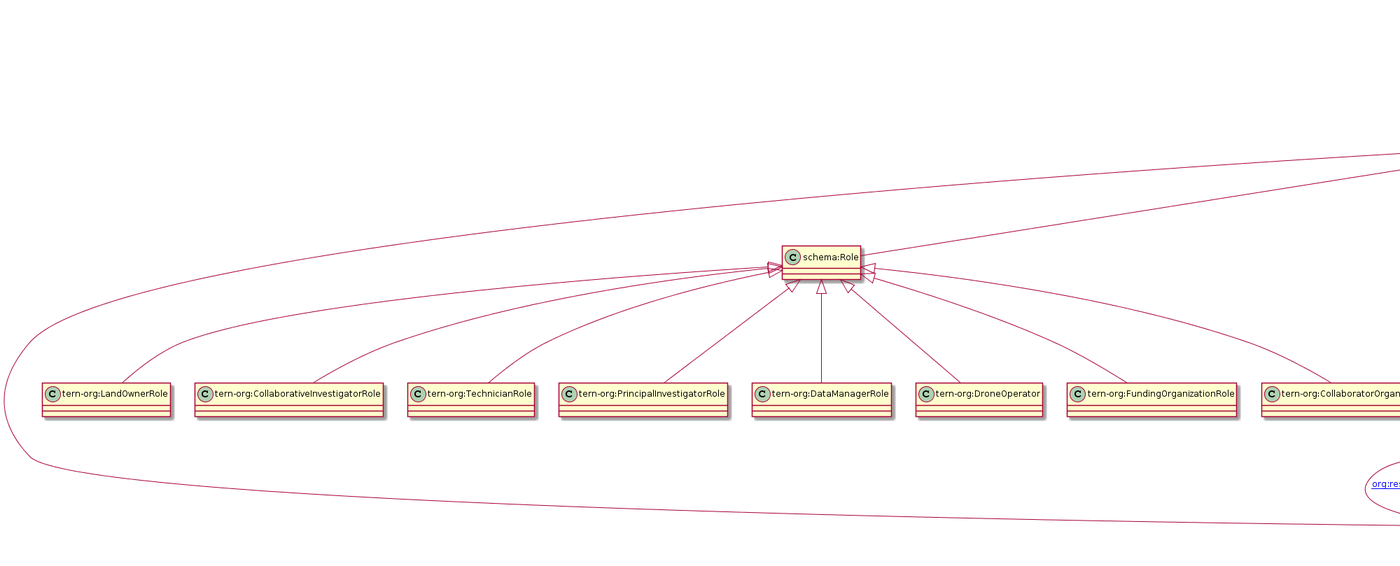
ternaustralia/ontology_tern-org keeps this PlantUML diagram as docs/tern-org.ttl.txt.png. Above is the earlier version.
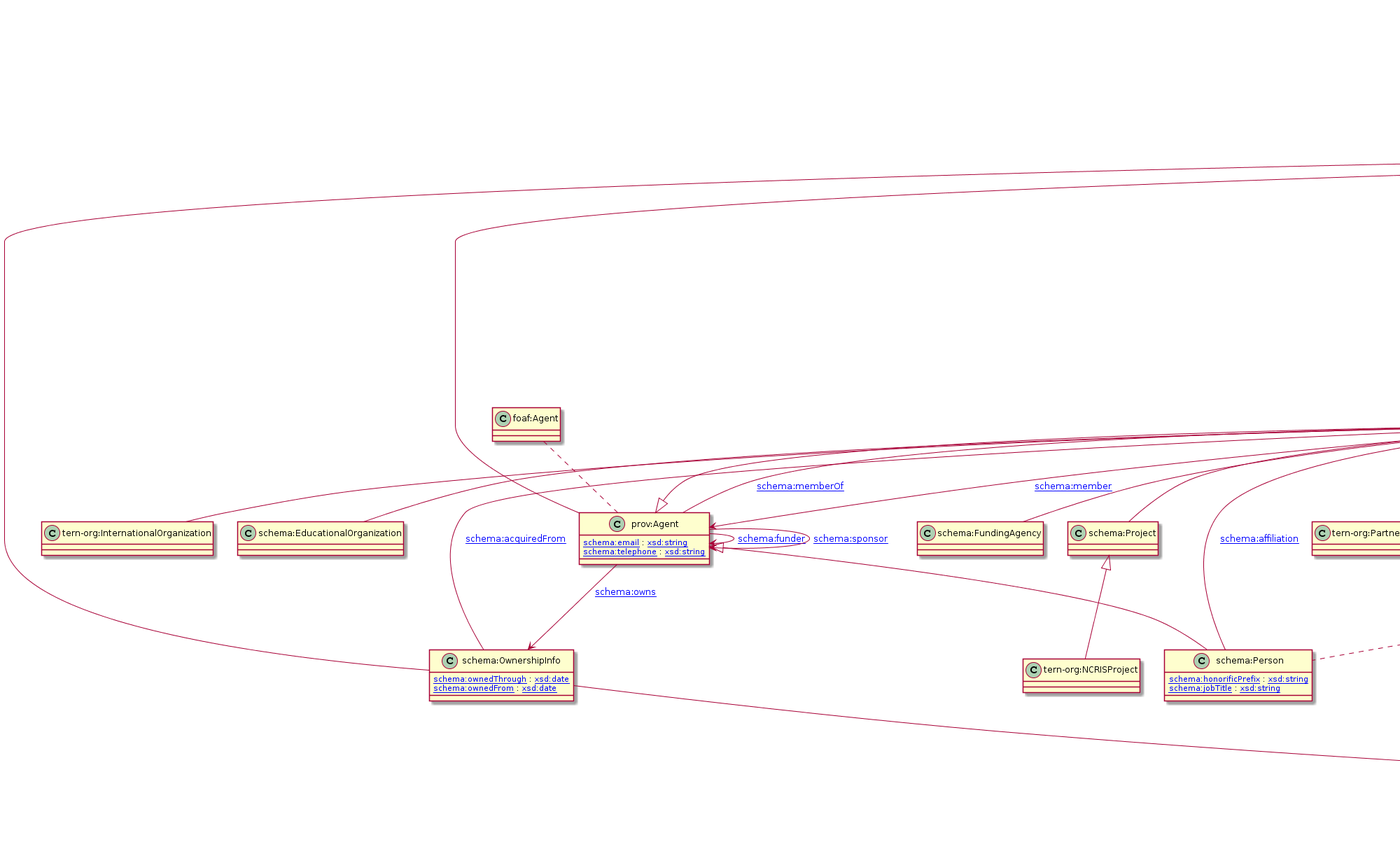
After the change.

Commit message:
Added more things from schema.org. Bump to 0.0.12

Change to the diagram source:
```diff
@@ -1,156 +1,159 @@
 @startuml
 title TERN Organisations Ontology
+"schema:Organization" <|-- "schema:FundingScheme"
+"schema:Thing" <|-- "schema:OwnershipInfo"
+"schema:Organization" <|-- "tern-org:InternationalOrganization"
+"schema:Organization" <|-- "schema:EducationalOrganization"
+"schema:Thing" <|-- "schema:Product"
+"schema:Organization" <|-- "schema:FundingAgency"
+"schema:Organization" <|-- "schema:GovernmentOrganization"
+"schema:Organization" <|-- "tern-org:PartnerOrganization"
+"schema:Organization" <|-- "schema:Consortium"
+"schema:Thing" <|-- "schema:PostalAddress"
+"schema:Organization" <|-- "schema:Corporation"
+"schema:Role" <|-- "tern-org:PrincipalInvestigatorRole"
+"schema:GovernmentOrganization" <|-- "tern-org:StateGovernmentOrganization"
+"schema:Thing" <|-- "schema:Event"
+"schema:Role" <|-- "tern-org:DroneOperator"
+"schema:Organization" <|-- "schema:LocalBusiness"
+"schema:Role" <|-- "tern-org:DataManagerRole"
+"schema:GovernmentOrganization" <|-- "tern-org:FederalGovernmentOrganization"
+"schema:Organization" <|-- "schema:MedicalOrganization"
+"schema:Organization" <|-- "schema:NGO"
+"owl:Thing" <|-- "schema:Thing"
+"schema:Project" <|-- "tern-org:NCRISProject"
+"schema:Organization" <|-- "schema:Project"
+"schema:Thing" <|-- "prov:Agent"
+"prov:Agent" <|-- "schema:Organization"
+"schema:Organization" <|-- "tern-org:Manufacturer"
+"schema:Thing" <|-- "schema:Role"
+"schema:Role" <|-- "tern-org:LandOwnerRole"
+"prov:Agent" <|-- "schema:Person"
+"schema:Role" <|-- "tern-org:TechnicianRole"
+"schema:Role" <|-- "tern-org:CollaboratorOrganizationRole"
+"schema:Role" <|-- "tern-org:CollaborativeInvestigatorRole"
+"schema:Role" <|-- "tern-org:FundingOrganizationRole"
 "schema:GovernmentOrganization" <|-- "tern-org:RegionalGovernmentOrganization"
-"schema:Thing" <|-- "schema:Product"
-"schema:Role" <|-- "tern-org:CollaborativeInvestigatorRole"
-"schema:Organization" <|-- "tern-org:PartnerOrganization"
-"schema:Organization" <|-- "schema:EducationalOrganization"
-"schema:Role" <|-- "tern-org:TechnicianRole"
-"schema:Project" <|-- "tern-org:NCRISProject"
-"schema:Organization" <|-- "schema:MedicalOrganization"
-"schema:Role" <|-- "tern-org:PrincipalInvestigatorRole"
-"schema:Role" <|-- "tern-org:DataManagerRole"
-"schema:Thing" <|-- "schema:Role"
-"prov:Agent" <|-- "schema:Person"
-"schema:Organization" <|-- "tern-org:InternationalOrganization"
-"schema:Thing" <|-- "schema:OwnershipInfo"
-"prov:Agent" <|-- "schema:Organization"
-"schema:Role" <|-- "tern-org:DroneOperator"
-"schema:Organization" <|-- "schema:FundingAgency"
-"owl:Thing" <|-- "schema:Thing"
-"schema:Organization" <|-- "schema:LocalBusiness"
-"schema:Organization" <|-- "schema:Consortium"
-"schema:GovernmentOrganization" <|-- "tern-org:StateGovernmentOrganization"
-"schema:Role" <|-- "tern-org:FundingOrganizationRole"
-"schema:GovernmentOrganization" <|-- "tern-org:FederalGovernmentOrganization"
-"schema:Organization" <|-- "schema:Corporation"
-"schema:Organization" <|-- "schema:GovernmentOrganization"
-"schema:Organization" <|-- "schema:NGO"
+"schema:Thing" <|-- "org:Site"
 "schema:Thing" <|-- "org:ChangeEvent"
-"schema:Thing" <|-- "schema:PostalAddress"
-"schema:Thing" <|-- "prov:Agent"
-"schema:Role" <|-- "tern-org:CollaboratorOrganizationRole"
-"schema:Organization" <|-- "schema:Project"
-"schema:Thing" <|-- "org:Site"
-"schema:Organization" <|-- "tern-org:Manufacturer"
-"schema:Role" <|-- "tern-org:LandOwnerRole"
-"schema:Organization" <|-- "schema:FundingScheme"
-Class "tern-org:RegionalGovernmentOrganization" [[https://w3id.org/tern/ontologies/org/RegionalGovernmentOrganization]] {
+Class "schema:FundingScheme" [[http://schema.org/FundingScheme]] {
+}
+Class "schema:OwnershipInfo" [[http://schema.org/OwnershipInfo]] {
+[[http://schema.org/ownedThrough schema:ownedThrough]] : [[http://www.w3.org/2001/XMLSchema#date xsd:date]]
+[[http://schema.org/ownedFrom schema:ownedFrom]] : [[http://www.w3.org/2001/XMLSchema#date xsd:date]]
+}
+Class "tern-org:InternationalOrganization" [[https://w3id.org/tern/ontologies/org/InternationalOrganization]] {
+}
+Class "schema:EducationalOrganization" [[http://schema.org/EducationalOrganization]] {
 }
 Class "schema:Product" [[http://schema.org/Product]] {
 }
-Class "tern-org:CollaborativeInvestigatorRole" [[https://w3id.org/tern/ontologies/org/CollaborativeInvestigatorRole]] {
+Class "schema:FundingAgency" [[http://schema.org/FundingAgency]] {
+}
+Class "schema:GovernmentOrganization" [[http://schema.org/GovernmentOrganization]] {
 }
 Class "tern-org:PartnerOrganization" [[https://w3id.org/tern/ontologies/org/PartnerOrganization]] {
 }
-Class "schema:EducationalOrganization" [[http://schema.org/EducationalOrganization]] {
+Class "schema:Consortium" [[http://schema.org/Consortium]] {
 }
-Class "tern-org:TechnicianRole" [[https://w3id.org/tern/ontologies/org/TechnicianRole]] {
+Class "schema:PostalAddress" [[http://schema.org/PostalAddress]] {
+[[http://schema.org/addressRegion schema:addressRegion]] : [[http://www.w3.org/2001/XMLSchema#string xsd:string]]
+[[http://schema.org/addressLocality schema:addressLocality]] : [[http://www.w3.org/2001/XMLSchema#string xsd:string]]
+[[http://schema.org/postOfficeBoxNumber schema:postOfficeBoxNumber]] : [[http://www.w3.org/2001/XMLSchema#string xsd:string]]
+[[https://w3id.org/tern/ontologies/org/addressLine1 tern-org:addressLine1]] : [[http://www.w3.org/2001/XMLSchema#string xsd:string]]
+[[https://w3id.org/tern/ontologies/org/addressLine2 tern-org:addressLine2]] : [[http://www.w3.org/2001/XMLSchema#string xsd:string]]
+[[http://schema.org/streetAddress schema:streetAddress]] : [[http://www.w3.org/2001/XMLSchema#string xsd:string]]
+[[https://w3id.org/tern/ontologies/org/fullAddressLine tern-org:fullAddressLine]] : [[http://www.w3.org/2001/XMLSchema#string xsd:string]]
+[[http://schema.org/postalCode schema:postalCode]] : [[http://www.w3.org/2001/XMLSchema#positiveInteger xsd:positiveInteger]]
+[[http://schema.org/addressCountry schema:addressCountry]] : [[http://www.w3.org/2001/XMLSchema#string xsd:string]]
+}
+Class "schema:Corporation" [[http://schema.org/Corporation]] {
+}
+Class "tern-org:PrincipalInvestigatorRole" [[https://w3id.org/tern/ontologies/org/PrincipalInvestigatorRole]] {
+}
+Class "tern-org:StateGovernmentOrganization" [[https://w3id.org/tern/ontologies/org/StateGovernmentOrganization]] {
+}
+Class "schema:Event" [[http://schema.org/Event]] {
+}
+Class "tern-org:DroneOperator" [[https://w3id.org/tern/ontologies/org/DroneOperator]] {
+}
+Class "schema:LocalBusiness" [[http://schema.org/LocalBusiness]] {
+}
+Class "tern-org:DataManagerRole" [[https://w3id.org/tern/ontologies/org/DataManagerRole]] {
+}
+Class "tern-org:FederalGovernmentOrganization" [[https://w3id.org/tern/ontologies/org/FederalGovernmentOrganization]] {
+}
+Class "schema:MedicalOrganization" [[http://schema.org/MedicalOrganization]] {
+}
+Class "schema:NGO" [[http://schema.org/NGO]] {
+}
+Class "schema:Thing" [[http://schema.org/Thing]] {
+[[http://schema.org/alternateName schema:alternateName]] : [[http://www.w3.org/2001/XMLSchema#string xsd:string]]
+[[http://schema.org/identifier schema:identifier]] : [[http://www.w3.org/2001/XMLSchema#string xsd:string]]
+[[http://schema.org/name schema:name]] : [[http://www.w3.org/2001/XMLSchema#string xsd:string]]
+[[http://schema.org/description schema:description]] : [[http://www.w3.org/2001/XMLSchema#string xsd:string]]
+[[http://schema.org/image schema:image]] : [[http://www.w3.org/2001/XMLSchema#anyURI xsd:anyURI]]
 }
 Class "tern-org:NCRISProject" [[https://w3id.org/tern/ontologies/org/NCRISProject]] {
 }
-Class "schema:MedicalOrganization" [[http://schema.org/MedicalOrganization]] {
-}
-Class "tern-org:PrincipalInvestigatorRole" [[https://w3id.org/tern/ontologies/org/PrincipalInvestigatorRole]] {
-}
-Class "tern-org:DataManagerRole" [[https://w3id.org/tern/ontologies/org/DataManagerRole]] {
-}
-Class "schema:Role" [[http://schema.org/Role]] {
-}
-Class "schema:Person" [[http://schema.org/Person]] {
-[[http://schema.org/jobTitle schema:jobTitle]] : [[http://www.w3.org/2001/XMLSchema#string xsd:string]]
-[[http://schema.org/honorificPrefix schema:honorificPrefix]] : [[http://www.w3.org/2001/XMLSchema#string xsd:string]]
-}
-Class "tern-org:InternationalOrganization" [[https://w3id.org/tern/ontologies/org/InternationalOrganization]] {
-}
-Class "schema:OwnershipInfo" [[http://schema.org/OwnershipInfo]] {
-[[http://schema.org/ownedFrom schema:ownedFrom]] : [[http://www.w3.org/2001/XMLSchema#date xsd:date]]
-[[http://schema.org/ownedThrough schema:ownedThrough]] : [[http://www.w3.org/2001/XMLSchema#date xsd:date]]
-}
-Class "schema:Organization" [[http://schema.org/Organization]] {
-[[http://schema.org/taxID schema:taxID]] : [[http://www.w3.org/2001/XMLSchema#string xsd:string]]
-[[https://w3id.org/tern/ontologies/org/agorID tern-org:agorID]] : [[http://www.w3.org/2001/XMLSchema#string xsd:string]]
-[[http://schema.org/dissolutionDate schema:dissolutionDate]] : [[http://www.w3.org/2001/XMLSchema#date xsd:date]]
-[[http://schema.org/foundingDate schema:foundingDate]] : [[http://www.w3.org/2001/XMLSchema#date xsd:date]]
-}
-Class "tern-org:DroneOperator" [[https://w3id.org/tern/ontologies/org/DroneOperator]] {
-}
-Class "schema:FundingAgency" [[http://schema.org/FundingAgency]] {
-}
-Class "schema:Thing" [[http://schema.org/Thing]] {
-[[http://schema.org/identifier schema:identifier]] : [[http://www.w3.org/2001/XMLSchema#string xsd:string]]
-[[http://schema.org/image schema:image]] : [[http://www.w3.org/2001/XMLSchema#anyURI xsd:anyURI]]
-[[http://schema.org/description schema:description]] : [[http://www.w3.org/2001/XMLSchema#string xsd:string]]
-[[http://schema.org/name schema:name]] : [[http://www.w3.org/2001/XMLSchema#string xsd:string]]
-[[http://schema.org/alternateName schema:alternateName]] : [[http://www.w3.org/2001/XMLSchema#string xsd:string]]
-}
-Class "schema:LocalBusiness" [[http://schema.org/LocalBusiness]] {
-}
-Class "schema:Consortium" [[http://schema.org/Consortium]] {
-}
-Class "tern-org:StateGovernmentOrganization" [[https://w3id.org/tern/ontologies/org/StateGovernmentOrganization]] {
-}
-Class "tern-org:FundingOrganizationRole" [[https://w3id.org/tern/ontologies/org/FundingOrganizationRole]] {
-}
-Class "tern-org:FederalGovernmentOrganization" [[https://w3id.org/tern/ontologies/org/FederalGovernmentOrganization]] {
-}
-Class "schema:Corporation" [[http://schema.org/Corporation]] {
-}
-Class "schema:GovernmentOrganization" [[http://schema.org/GovernmentOrganization]] {
-}
-Class "schema:NGO" [[http://schema.org/NGO]] {
-}
-Class "org:ChangeEvent" [[http://www.w3.org/ns/org#ChangeEvent]] {
-}
-Class "schema:PostalAddress" [[http://schema.org/PostalAddress]] {
-[[http://schema.org/postOfficeBoxNumber schema:postOfficeBoxNumber]] : [[http://www.w3.org/2001/XMLSchema#string xsd:string]]
-[[http://schema.org/addressLocality schema:addressLocality]] : [[http://www.w3.org/2001/XMLSchema#string xsd:string]]
-[[http://schema.org/postalCode schema:postalCode]] : [[http://www.w3.org/2001/XMLSchema#positiveInteger xsd:positiveInteger]]
-[[http://schema.org/streetAddress schema:streetAddress]] : [[http://www.w3.org/2001/XMLSchema#string xsd:string]]
-[[http://schema.org/addressRegion schema:addressRegion]] : [[http://www.w3.org/2001/XMLSchema#string xsd:string]]
-[[http://schema.org/addressCountry schema:addressCountry]] : [[http://www.w3.org/2001/XMLSchema#string xsd:string]]
-[[https://w3id.org/tern/ontologies/org/addressLine1 tern-org:addressLine1]] : [[http://www.w3.org/2001/XMLSchema#string xsd:string]]
-[[https://w3id.org/tern/ontologies/org/addressLine2 tern-org:addressLine2]] : [[http://www.w3.org/2001/XMLSchema#string xsd:string]]
-[[https://w3id.org/tern/ontologies/org/fullAddressLine tern-org:fullAddressLine]] : [[http://www.w3.org/2001/XMLSchema#string xsd:string]]
+Class "schema:Project" [[http://schema.org/Project]] {
 }
 Class "prov:Agent" [[http://www.w3.org/ns/prov#Agent]] {
 [[http://schema.org/email schema:email]] : [[http://www.w3.org/2001/XMLSchema#string xsd:string]]
 [[http://schema.org/telephone schema:telephone]] : [[http://www.w3.org/2001/XMLSchema#string xsd:string]]
 }
+Class "schema:Organization" [[http://schema.org/Organization]] {
+[[http://schema.org/foundingDate schema:foundingDate]] : [[http://www.w3.org/2001/XMLSchema#date xsd:date]]
+[[http://schema.org/taxID schema:taxID]] : [[http://www.w3.org/2001/XMLSchema#string xsd:string]]
+[[http://schema.org/dissolutionDate schema:dissolutionDate]] : [[http://www.w3.org/2001/XMLSchema#date xsd:date]]
+[[https://w3id.org/tern/ontologies/org/agorID tern-org:agorID]] : [[http://www.w3.org/2001/XMLSchema#string xsd:string]]
+}
+Class "tern-org:Manufacturer" [[https://w3id.org/tern/ontologies/org/Manufacturer]] {
+}
+Class "schema:Role" [[http://schema.org/Role]] {
+}
+Class "tern-org:LandOwnerRole" [[https://w3id.org/tern/ontologies/org/LandOwnerRole]] {
+}
+Class "schema:Person" [[http://schema.org/Person]] {
+[[http://schema.org/honorificPrefix schema:honorificPrefix]] : [[http://www.w3.org/2001/XMLSchema#string xsd:string]]
+[[http://schema.org/jobTitle schema:jobTitle]] : [[http://www.w3.org/2001/XMLSchema#string xsd:string]]
+}
+Class "tern-org:TechnicianRole" [[https://w3id.org/tern/ontologies/org/TechnicianRole]] {
+}
 Class "tern-org:CollaboratorOrganizationRole" [[https://w3id.org/tern/ontologies/org/CollaboratorOrganizationRole]] {
 }
-Class "schema:Project" [[http://schema.org/Project]] {
+Class "tern-org:CollaborativeInvestigatorRole" [[https://w3id.org/tern/ontologies/org/CollaborativeInvestigatorRole]] {
+}
+Class "tern-org:FundingOrganizationRole" [[https://w3id.org/tern/ontologies/org/FundingOrganizationRole]] {
+}
+Class "tern-org:RegionalGovernmentOrganization" [[https://w3id.org/tern/ontologies/org/RegionalGovernmentOrganization]] {
 }
 Class "org:Site" [[http://www.w3.org/ns/org#Site]] {
 }
-Class "tern-org:Manufacturer" [[https://w3id.org/tern/ontologies/org/Manufacturer]] {
+Class "org:ChangeEvent" [[http://www.w3.org/ns/org#ChangeEvent]] {
 }
-Class "tern-org:LandOwnerRole" [[https://w3id.org/tern/ontologies/org/LandOwnerRole]] {
-}
-Class "schema:FundingScheme" [[http://schema.org/FundingScheme]] {
-}
-"org:Organization" --> "org:Site" : "[[http://www.w3.org/ns/org#hasSite org:hasSite]]"
-"org:Site" --> "org:Organization" : "[[http://www.w3.org/ns/org#siteOf org:siteOf]]"
-"org:Organization" --> "org:ChangeEvent" : "[[http://www.w3.org/ns/org#resultedFrom org:resultedFrom]]"
+"schema:Organization" --> "org:Site" : "[[http://www.w3.org/ns/org#hasPrimarySite org:hasPrimarySite]]"
 "prov:Agent" --> "prov:Agent" : "[[http://schema.org/funder schema:funder]]"
+"schema:Organization" --> "org:Site" : "[[http://www.w3.org/ns/org#hasSite org:hasSite]]"
 "prov:Agent" --> "schema:OwnershipInfo" : "[[http://schema.org/owns schema:owns]]"
-"schema:Organization" --> "prov:Agent" : "[[http://schema.org/member schema:member]]"
+"org:Organization" --> "org:ChangeEvent" : "[[http://www.w3.org/ns/org#changedBy org:changedBy]]"
+"org:Site" --> "schema:PostalAddress" : "[[http://www.w3.org/ns/org#siteAddress org:siteAddress]]"
+"schema:OwnershipInfo" --> "schema:Product" : "[[http://schema.org/typeOfGood schema:typeOfGood]]"
 "schema:Organization" --> "schema:Organization" : "[[http://schema.org/subOrganization schema:subOrganization]]"
+"schema:Organization" --> "schema:Organization" : "[[http://schema.org/parentOrganization schema:parentOrganization]]"
+"prov:Agent" --> "prov:Agent" : "[[http://schema.org/sponsor schema:sponsor]]"
+"org:ChangeEvent" --> "org:Organization" : "[[http://www.w3.org/ns/org#resultingOrganization org:resultingOrganization]]"
+"prov:Agent" --> "schema:Organization" : "[[http://schema.org/memberOf schema:memberOf]]"
+"schema:OwnershipInfo" --> "schema:Organization" : "[[http://schema.org/acquiredFrom schema:acquiredFrom]]"
 "foaf:Person" --> "org:Site" : "[[http://www.w3.org/ns/org#basedAt org:basedAt]]"
 "org:ChangeEvent" --> "org:Organization" : "[[http://www.w3.org/ns/org#originalOrganization org:originalOrganization]]"
-"org:Organization" --> "org:ChangeEvent" : "[[http://www.w3.org/ns/org#changedBy org:changedBy]]"
-"org:Site" --> "schema:PostalAddress" : "[[http://www.w3.org/ns/org#siteAddress org:siteAddress]]"
-"prov:Agent" --> "prov:Agent" : "[[http://schema.org/sponsor schema:sponsor]]"
-"org:ChangeEvent" --> "org:Organization" : "[[http://www.w3.org/ns/org#resultingOrganization org:resultingOrganization]]"
-"schema:Organization" --> "schema:Organization" : "[[http://schema.org/parentOrganization schema:parentOrganization]]"
-"schema:Organization" --> "org:Site" : "[[http://www.w3.org/ns/org#hasPrimarySite org:hasPrimarySite]]"
-"schema:OwnershipInfo" --> "schema:Organization" : "[[http://schema.org/acquiredFrom schema:acquiredFrom]]"
-"prov:Agent" --> "schema:Organization" : "[[http://schema.org/memberOf schema:memberOf]]"
+"schema:Organization" --> "prov:Agent" : "[[http://schema.org/member schema:member]]"
+"org:Organization" --> "org:ChangeEvent" : "[[http://www.w3.org/ns/org#resultedFrom org:resultedFrom]]"
 "schema:Person" --> "schema:Organization" : "[[http://schema.org/affiliation schema:affiliation]]"
-"schema:OwnershipInfo" --> "schema:Product" : "[[http://schema.org/typeOfGood schema:typeOfGood]]"
+"org:Site" --> "schema:Organization" : "[[http://www.w3.org/ns/org#siteOf org:siteOf]]"
+"foaf:Agent" .. "prov:Agent"
+"org:Organization" .. "schema:Organization"
 "foaf:Person" .. "schema:Person"
-"org:Organization" .. "schema:Organization"
-"foaf:Agent" .. "prov:Agent"
 header
 Creator: Edmond Chuc (e.chuc@uq.edu.au)
 endheader
```
